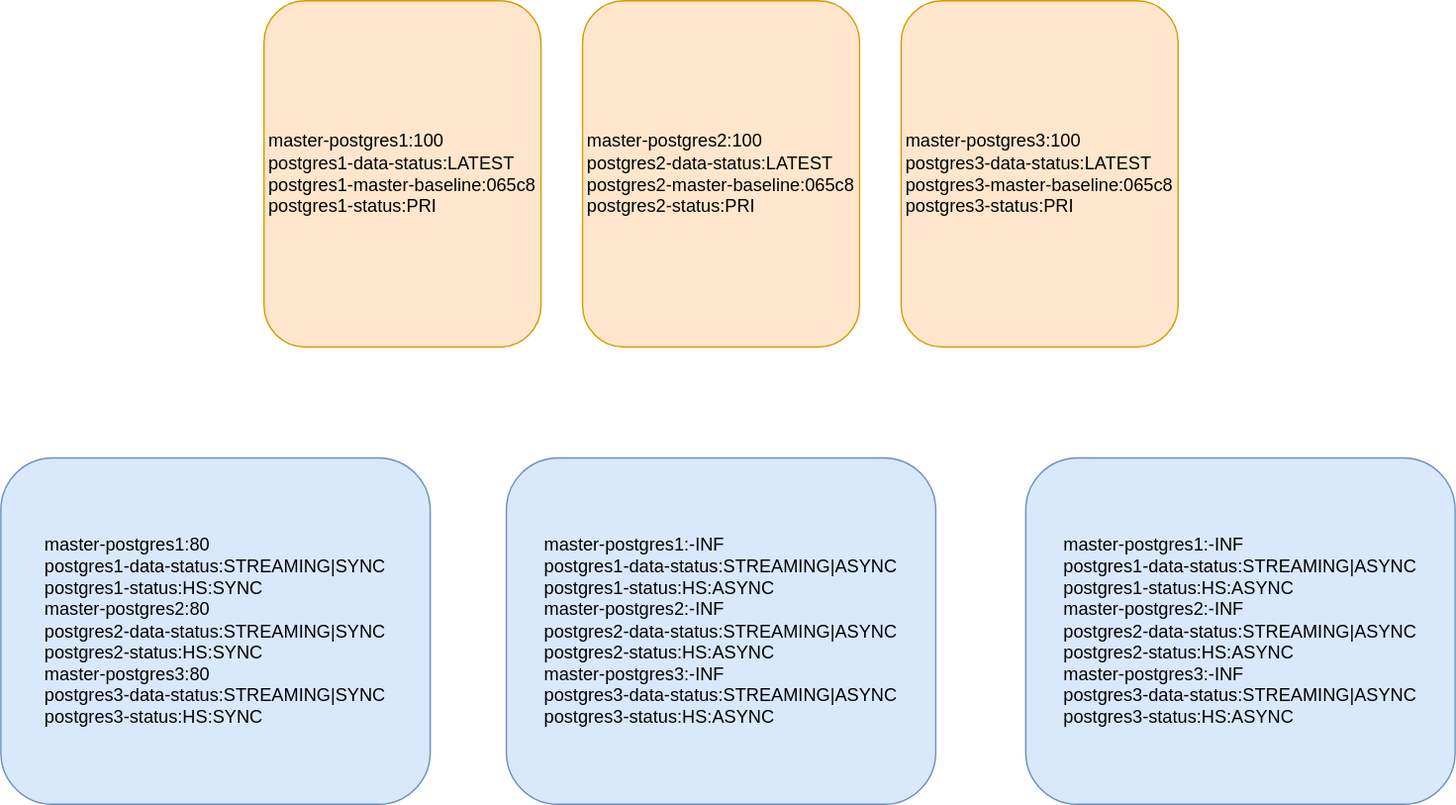
The draw.io diagram n+mDEMO.svg in simplecodeyu/hot-standy-keepalived-postgres, before a commit. Source tidied: cells renumbered, new cells last; positions are measured from the earlier drawing's top-left corner, leaving out a move shared by most shapes.
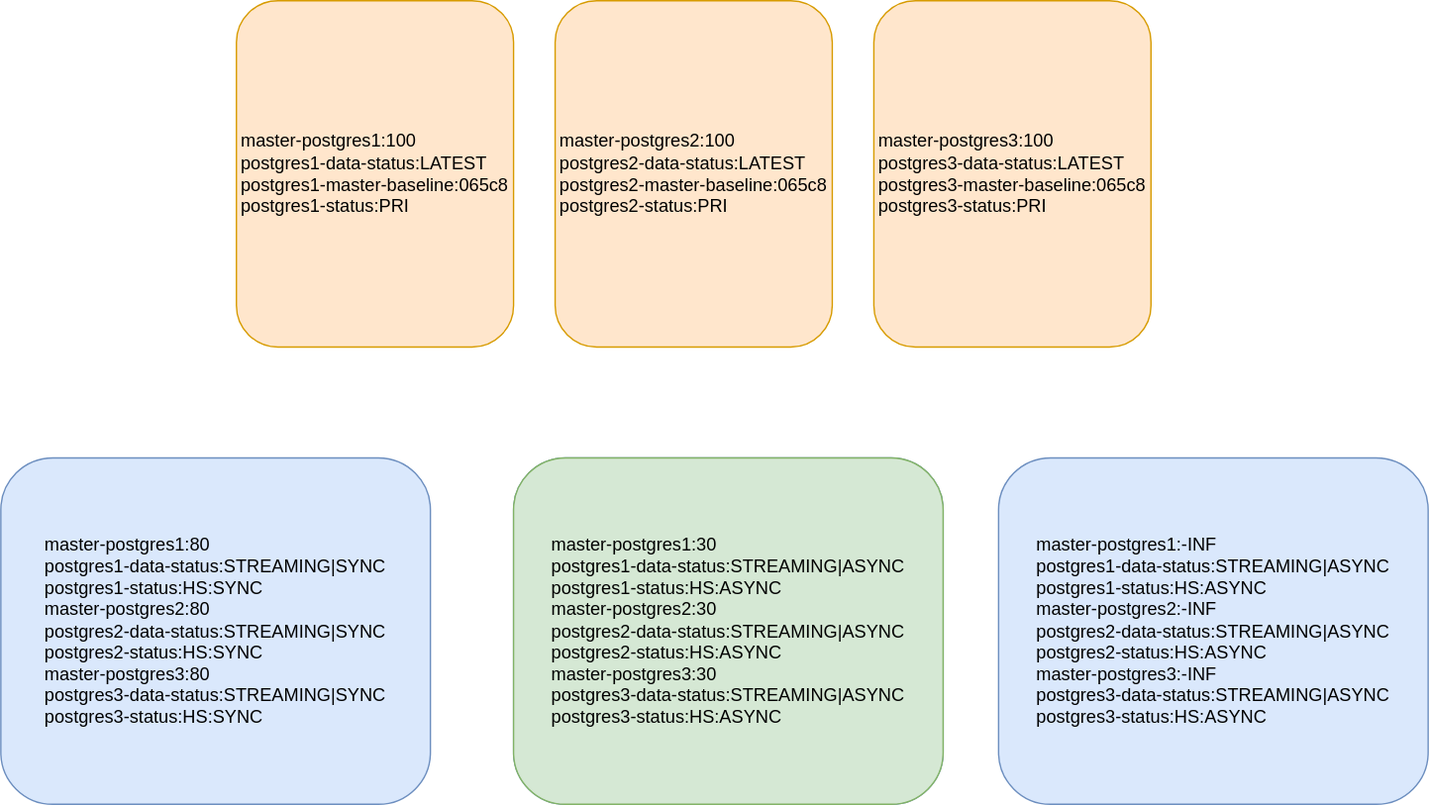
Above is the later version.

The edit, as a diff of the source:
```diff
@@ -3,7 +3,7 @@
     <mxCell id="0" />
     <mxCell id="1" parent="0" />
     <mxCell id="2" value="&lt;div style=&quot;text-align: left&quot;&gt;&lt;span style=&quot;font-size: 13px&quot;&gt;master-postgres1:80&lt;/span&gt;&lt;/div&gt;&lt;span style=&quot;font-size: 13px&quot;&gt;&lt;div style=&quot;text-align: left&quot;&gt;postgres1-data-status:STREAMING|SYNC&lt;/div&gt;&lt;div style=&quot;text-align: left&quot;&gt;postgres1-status:HS:SYNC&lt;/div&gt;&lt;/span&gt;&lt;span style=&quot;font-size: 13px&quot;&gt;&lt;div style=&quot;text-align: left&quot;&gt;&lt;div style=&quot;font-size: 12px&quot;&gt;&lt;span style=&quot;font-size: 13px&quot;&gt;master-postgres2:80&lt;/span&gt;&lt;/div&gt;&lt;span style=&quot;text-align: center&quot;&gt;&lt;div style=&quot;text-align: left&quot;&gt;postgres2-data-status:&lt;span&gt;STREAMING|SYNC&lt;/span&gt;&lt;/div&gt;&lt;/span&gt;&lt;span style=&quot;text-align: center&quot;&gt;&lt;div style=&quot;text-align: left&quot;&gt;postgres2-status:&lt;span&gt;HS:SYNC&lt;/span&gt;&lt;/div&gt;&lt;/span&gt;&lt;span style=&quot;text-align: center&quot;&gt;&lt;div style=&quot;text-align: left&quot;&gt;&lt;div style=&quot;font-size: 12px&quot;&gt;&lt;span style=&quot;font-size: 13px&quot;&gt;master-postgres3:80&lt;/span&gt;&lt;/div&gt;&lt;span style=&quot;text-align: center&quot;&gt;&lt;div style=&quot;text-align: left&quot;&gt;postgres3-data-status:&lt;span&gt;STREAMING|SYNC&lt;/span&gt;&lt;/div&gt;&lt;/span&gt;&lt;span style=&quot;text-align: center&quot;&gt;&lt;div style=&quot;text-align: left&quot;&gt;postgres3-status:HS:SYNC&lt;/div&gt;&lt;/span&gt;&lt;/div&gt;&lt;/span&gt;&lt;/div&gt;&lt;/span&gt;" style="rounded=1;whiteSpace=wrap;html=1;fillColor=#dae8fc;strokeColor=#6c8ebf;" parent="1" vertex="1">
-      <mxGeometry y="330" width="310" height="250" as="geometry" />
+      <mxGeometry x="20" y="330" width="310" height="250" as="geometry" />
     </mxCell>
     <mxCell id="3" value="&lt;div style=&quot;text-align: left&quot;&gt;&lt;span style=&quot;font-size: 13px&quot;&gt;master-postgres3:100&lt;/span&gt;&lt;/div&gt;&lt;span style=&quot;font-size: 13px&quot;&gt;&lt;div style=&quot;text-align: left&quot;&gt;&lt;span&gt;postgres3-data-status:LATEST&lt;/span&gt;&lt;/div&gt;&lt;div style=&quot;text-align: left&quot;&gt;&lt;span&gt;postgres3-master-baseline:065c8&lt;/span&gt;&lt;/div&gt;&lt;div style=&quot;text-align: left&quot;&gt;&lt;span&gt;postgres3-status:PRI&lt;/span&gt;&lt;/div&gt;&lt;/span&gt;" style="rounded=1;whiteSpace=wrap;html=1;fillColor=#ffe6cc;strokeColor=#d79b00;" parent="1" vertex="1">
       <mxGeometry x="650" width="200" height="250" as="geometry" />
@@ -15,10 +15,13 @@
       <mxGeometry x="190" width="200" height="250" as="geometry" />
     </mxCell>
     <mxCell id="6" value="&lt;div style=&quot;text-align: left&quot;&gt;&lt;span style=&quot;font-size: 13px&quot;&gt;master-postgres1:-INF&lt;/span&gt;&lt;/div&gt;&lt;span style=&quot;font-size: 13px&quot;&gt;&lt;div style=&quot;text-align: left&quot;&gt;postgres1-data-status:STREAMING|ASYNC&lt;/div&gt;&lt;div style=&quot;text-align: left&quot;&gt;postgres1-status:HS:ASYNC&lt;/div&gt;&lt;/span&gt;&lt;span style=&quot;font-size: 13px&quot;&gt;&lt;div style=&quot;text-align: left&quot;&gt;&lt;div style=&quot;font-size: 12px&quot;&gt;&lt;span style=&quot;font-size: 13px&quot;&gt;master-postgres2:-INF&lt;/span&gt;&lt;/div&gt;&lt;span style=&quot;text-align: center&quot;&gt;&lt;div style=&quot;text-align: left&quot;&gt;postgres2-data-status:&lt;span&gt;STREAMING|ASYNC&lt;/span&gt;&lt;/div&gt;&lt;/span&gt;&lt;span style=&quot;text-align: center&quot;&gt;&lt;div style=&quot;text-align: left&quot;&gt;postgres2-status:&lt;span&gt;HS:ASYNC&lt;/span&gt;&lt;/div&gt;&lt;/span&gt;&lt;span style=&quot;text-align: center&quot;&gt;&lt;div style=&quot;text-align: left&quot;&gt;&lt;div style=&quot;font-size: 12px&quot;&gt;&lt;span style=&quot;font-size: 13px&quot;&gt;master-postgres3:-INF&lt;/span&gt;&lt;/div&gt;&lt;span style=&quot;text-align: center&quot;&gt;&lt;div style=&quot;text-align: left&quot;&gt;postgres3-data-status:&lt;span&gt;STREAMING|ASYNC&lt;/span&gt;&lt;/div&gt;&lt;/span&gt;&lt;span style=&quot;text-align: center&quot;&gt;&lt;div style=&quot;text-align: left&quot;&gt;postgres3-status:HS:ASYNC&lt;/div&gt;&lt;/span&gt;&lt;/div&gt;&lt;/span&gt;&lt;/div&gt;&lt;/span&gt;" style="rounded=1;whiteSpace=wrap;html=1;fillColor=#dae8fc;strokeColor=#6c8ebf;" parent="1" vertex="1">
-      <mxGeometry x="365" y="330" width="310" height="250" as="geometry" />
+      <mxGeometry x="390" y="330" width="310" height="250" as="geometry" />
     </mxCell>
     <mxCell id="7" value="&lt;div style=&quot;text-align: left&quot;&gt;&lt;span style=&quot;font-size: 13px&quot;&gt;master-postgres1:-INF&lt;/span&gt;&lt;/div&gt;&lt;span style=&quot;font-size: 13px&quot;&gt;&lt;div style=&quot;text-align: left&quot;&gt;postgres1-data-status:STREAMING|ASYNC&lt;/div&gt;&lt;div style=&quot;text-align: left&quot;&gt;postgres1-status:HS:ASYNC&lt;/div&gt;&lt;/span&gt;&lt;span style=&quot;font-size: 13px&quot;&gt;&lt;div style=&quot;text-align: left&quot;&gt;&lt;div style=&quot;font-size: 12px&quot;&gt;&lt;span style=&quot;font-size: 13px&quot;&gt;master-postgres2:-INF&lt;/span&gt;&lt;/div&gt;&lt;span style=&quot;text-align: center&quot;&gt;&lt;div style=&quot;text-align: left&quot;&gt;postgres2-data-status:&lt;span&gt;STREAMING|ASYNC&lt;/span&gt;&lt;/div&gt;&lt;/span&gt;&lt;span style=&quot;text-align: center&quot;&gt;&lt;div style=&quot;text-align: left&quot;&gt;postgres2-status:&lt;span&gt;HS:ASYNC&lt;/span&gt;&lt;/div&gt;&lt;/span&gt;&lt;span style=&quot;text-align: center&quot;&gt;&lt;div style=&quot;text-align: left&quot;&gt;&lt;div style=&quot;font-size: 12px&quot;&gt;&lt;span style=&quot;font-size: 13px&quot;&gt;master-postgres3:-INF&lt;/span&gt;&lt;/div&gt;&lt;span style=&quot;text-align: center&quot;&gt;&lt;div style=&quot;text-align: left&quot;&gt;postgres3-data-status:&lt;span&gt;STREAMING|ASYNC&lt;/span&gt;&lt;/div&gt;&lt;/span&gt;&lt;span style=&quot;text-align: center&quot;&gt;&lt;div style=&quot;text-align: left&quot;&gt;postgres3-status:HS:ASYNC&lt;/div&gt;&lt;/span&gt;&lt;/div&gt;&lt;/span&gt;&lt;/div&gt;&lt;/span&gt;" style="rounded=1;whiteSpace=wrap;html=1;fillColor=#dae8fc;strokeColor=#6c8ebf;" parent="1" vertex="1">
       <mxGeometry x="740" y="330" width="310" height="250" as="geometry" />
     </mxCell>
+    <mxCell id="8" value="&lt;div style=&quot;text-align: left&quot;&gt;&lt;span style=&quot;font-size: 13px&quot;&gt;master-postgres1:30&lt;/span&gt;&lt;/div&gt;&lt;span style=&quot;font-size: 13px&quot;&gt;&lt;div style=&quot;text-align: left&quot;&gt;postgres1-data-status:STREAMING|ASYNC&lt;/div&gt;&lt;div style=&quot;text-align: left&quot;&gt;postgres1-status:HS:ASYNC&lt;/div&gt;&lt;/span&gt;&lt;span style=&quot;font-size: 13px&quot;&gt;&lt;div style=&quot;text-align: left&quot;&gt;&lt;div style=&quot;font-size: 12px&quot;&gt;&lt;span style=&quot;font-size: 13px&quot;&gt;master-postgres2:30&lt;/span&gt;&lt;/div&gt;&lt;span style=&quot;text-align: center&quot;&gt;&lt;div style=&quot;text-align: left&quot;&gt;postgres2-data-status:&lt;span&gt;STREAMING|ASYNC&lt;/span&gt;&lt;/div&gt;&lt;/span&gt;&lt;span style=&quot;text-align: center&quot;&gt;&lt;div style=&quot;text-align: left&quot;&gt;postgres2-status:&lt;span&gt;HS:ASYNC&lt;/span&gt;&lt;/div&gt;&lt;/span&gt;&lt;span style=&quot;text-align: center&quot;&gt;&lt;div style=&quot;text-align: left&quot;&gt;&lt;div style=&quot;font-size: 12px&quot;&gt;&lt;span style=&quot;font-size: 13px&quot;&gt;master-postgres3:30&lt;/span&gt;&lt;/div&gt;&lt;div style=&quot;font-size: 12px&quot;&gt;&lt;span style=&quot;font-size: 13px&quot;&gt;postgres3-data-status:&lt;/span&gt;&lt;span style=&quot;font-size: 13px&quot;&gt;STREAMING|ASYNC&lt;/span&gt;&lt;/div&gt;&lt;span style=&quot;text-align: center&quot;&gt;&lt;div style=&quot;text-align: left&quot;&gt;postgres3-status:HS:ASYNC&lt;/div&gt;&lt;/span&gt;&lt;/div&gt;&lt;/span&gt;&lt;/div&gt;&lt;/span&gt;" style="rounded=1;whiteSpace=wrap;html=1;fillColor=#d5e8d4;strokeColor=#82b366;" parent="1" vertex="1">
+      <mxGeometry x="390" y="330" width="310" height="250" as="geometry" />
+    </mxCell>
   </root>
 </mxGraphModel>
```
